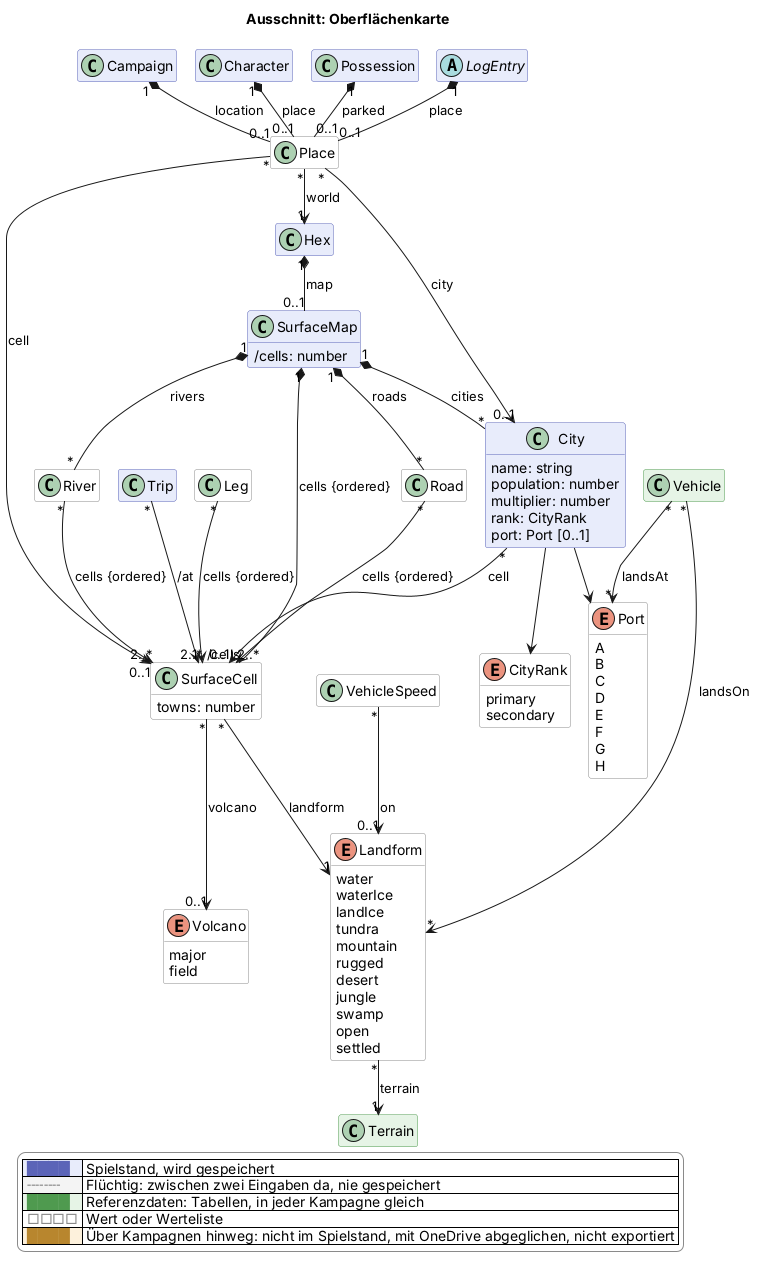
Earlier version of the PlantUML export docs/views/oberflaeche.png (scuzzar/SRE).
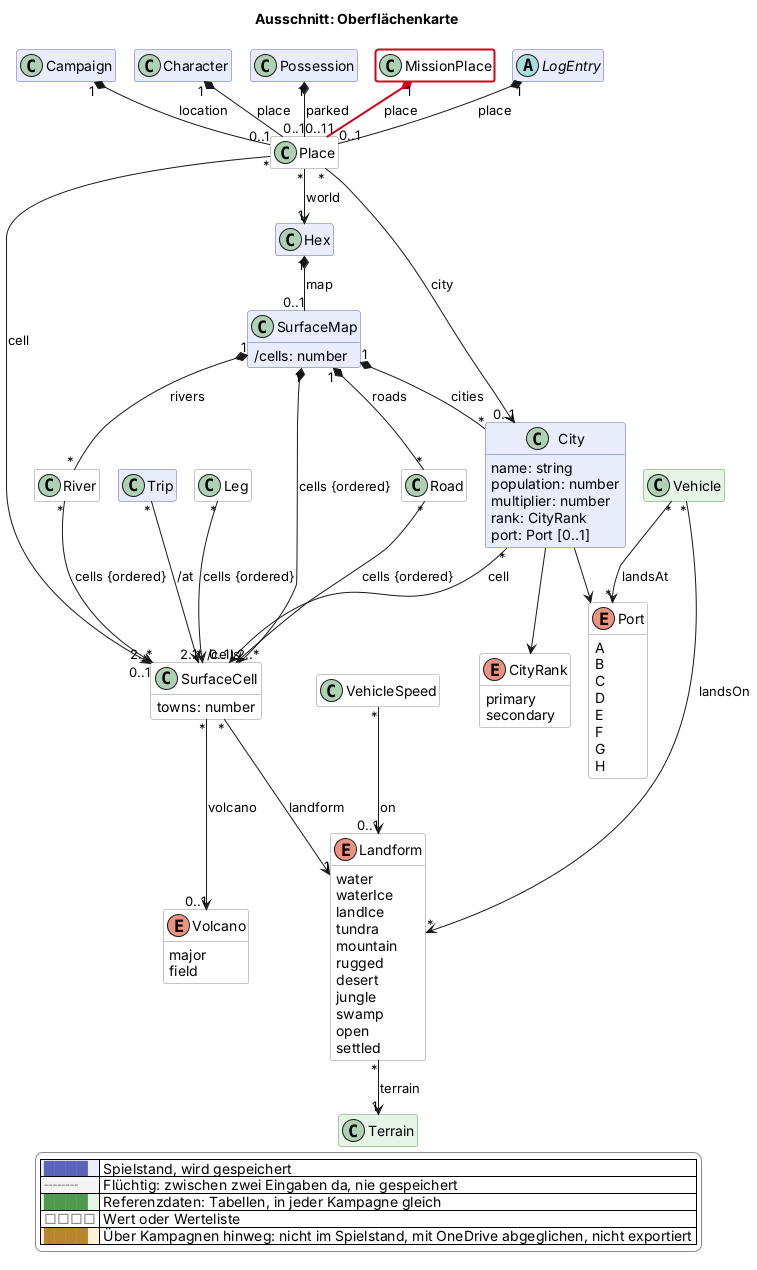
The same file after the commit.

Diff of the diagram source:
```diff
@@ -77,6 +77,8 @@
 
   class Hex $sektor
 
+  class MissionPlace <<value>> $mission $newClass("2026-11-18")
+
   abstract class LogEntry $probe
 
 
@@ -142,6 +144,7 @@
 
 
 Character "1" *-- "0..1" Place : place
+MissionPlace "1" *-$newArrow("2026-11-18")- "1" Place : place
 
 
 Hex "1" *-- "0..1" SurfaceMap : map
```
